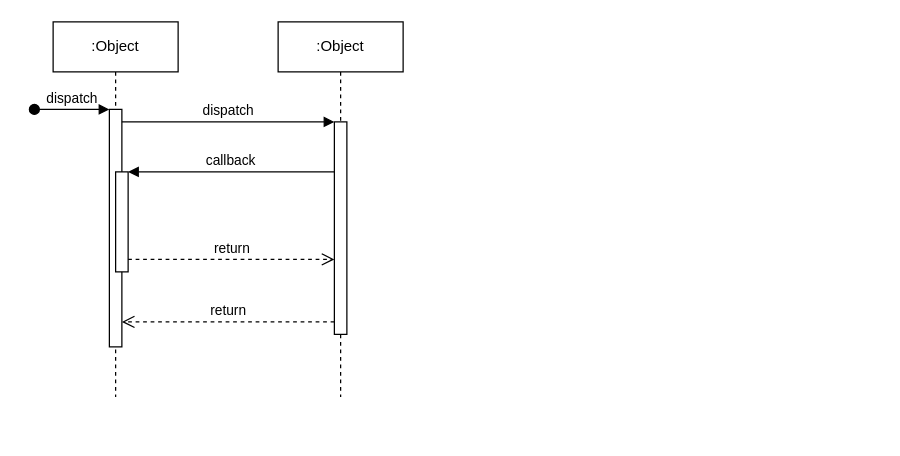
renjithmp/BankSystem keeps this draw.io diagram as src/Untitled Diagram.drawio. Above is the earlier version. Source tidied: cells renumbered, new cells numbered last; positions are measured from the earlier drawing's top-left corner, leaving out a move shared by most shapes. Both pictures are drawn from the tidied source at 125%, with x=0, y=0 at pixel (34, 21).
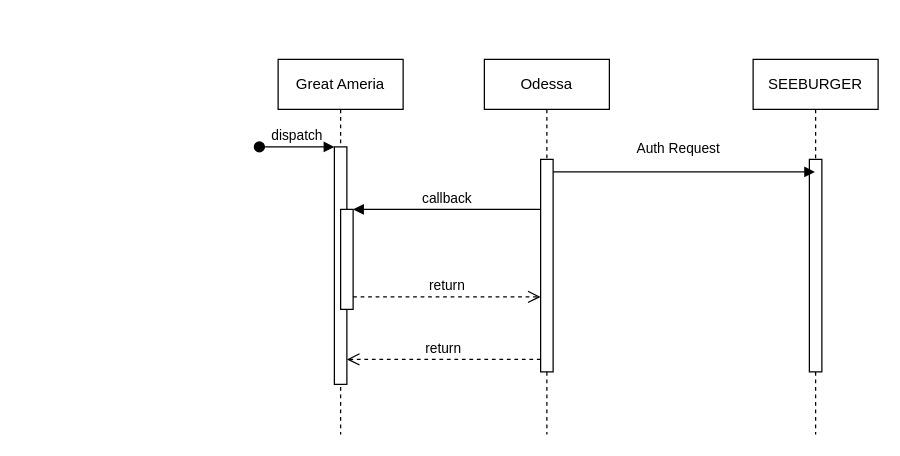
The same diagram, later.

Commit message:
INM_API_FLOw

The change refers to these unchanged cells:
```xml
<mxCell id="3" style="html=1;points=[];perimeter=orthogonalPerimeter;outlineConnect=0;targetShapes=umlLifeline;portConstraint=eastwest;newEdgeStyle={&quot;edgeStyle&quot;:&quot;elbowEdgeStyle&quot;,&quot;elbow&quot;:&quot;vertical&quot;,&quot;curved&quot;:0,&quot;rounded&quot;:0};" parent="2" vertex="1">
  <mxGeometry x="45" y="70" width="10" height="190" as="geometry" />
</mxCell>
<mxCell id="5" style="html=1;points=[];perimeter=orthogonalPerimeter;outlineConnect=0;targetShapes=umlLifeline;portConstraint=eastwest;newEdgeStyle={&quot;edgeStyle&quot;:&quot;elbowEdgeStyle&quot;,&quot;elbow&quot;:&quot;vertical&quot;,&quot;curved&quot;:0,&quot;rounded&quot;:0};" parent="2" vertex="1">
  <mxGeometry x="50" y="120" width="10" height="80" as="geometry" />
</mxCell>
<mxCell id="7" style="html=1;points=[];perimeter=orthogonalPerimeter;outlineConnect=0;targetShapes=umlLifeline;portConstraint=eastwest;newEdgeStyle={&quot;edgeStyle&quot;:&quot;elbowEdgeStyle&quot;,&quot;elbow&quot;:&quot;vertical&quot;,&quot;curved&quot;:0,&quot;rounded&quot;:0};" parent="6" vertex="1">
  <mxGeometry x="45" y="80" width="10" height="170" as="geometry" />
</mxCell>
```

Diff of the diagram source:
```diff
@@
-    <mxCell id="2" value=":Object" style="shape=umlLifeline;perimeter=lifelinePerimeter;whiteSpace=wrap;html=1;newEdgeStyle={&quot;edgeStyle&quot;:&quot;elbowEdgeStyle&quot;,&quot;elbow&quot;:&quot;vertical&quot;,&quot;curved&quot;:0,&quot;rounded&quot;:0};" parent="1" vertex="1">
-      <mxGeometry x="15" width="100" height="300" as="geometry" />
+    <mxCell id="2" value="Great Ameria" style="shape=umlLifeline;perimeter=lifelinePerimeter;whiteSpace=wrap;html=1;newEdgeStyle={&quot;edgeStyle&quot;:&quot;elbowEdgeStyle&quot;,&quot;elbow&quot;:&quot;vertical&quot;,&quot;curved&quot;:0,&quot;rounded&quot;:0};" parent="1" vertex="1">
+      <mxGeometry x="195" y="30" width="100" height="300" as="geometry" />
     </mxCell>
@@
-    <mxCell id="6" value=":Object" style="shape=umlLifeline;perimeter=lifelinePerimeter;whiteSpace=wrap;html=1;newEdgeStyle={&quot;edgeStyle&quot;:&quot;elbowEdgeStyle&quot;,&quot;elbow&quot;:&quot;vertical&quot;,&quot;curved&quot;:0,&quot;rounded&quot;:0};" parent="1" vertex="1">
-      <mxGeometry x="195" width="100" height="300" as="geometry" />
+    <mxCell id="6" value="Odessa" style="shape=umlLifeline;perimeter=lifelinePerimeter;whiteSpace=wrap;html=1;newEdgeStyle={&quot;edgeStyle&quot;:&quot;elbowEdgeStyle&quot;,&quot;elbow&quot;:&quot;vertical&quot;,&quot;curved&quot;:0,&quot;rounded&quot;:0};" parent="1" vertex="1">
+      <mxGeometry x="360" y="30" width="100" height="300" as="geometry" />
     </mxCell>
@@
-    <mxCell id="8" value="dispatch" style="html=1;verticalAlign=bottom;endArrow=block;edgeStyle=elbowEdgeStyle;elbow=vertical;curved=0;rounded=0;" parent="1" edge="1" source="3" target="7">
-      <mxGeometry relative="1" as="geometry">
-        <Array as="points">
-          <mxPoint x="155" y="80" />
-        </Array>
-      </mxGeometry>
-    </mxCell>
     <mxCell id="9" value="return" style="html=1;verticalAlign=bottom;endArrow=open;dashed=1;endSize=8;edgeStyle=elbowEdgeStyle;elbow=vertical;curved=0;rounded=0;" parent="1" edge="1" source="7" target="3">
       <mxGeometry relative="1" as="geometry">
         <Array as="points">
-          <mxPoint x="165" y="240" />
+          <mxPoint x="330" y="270" />
         </Array>
       </mxGeometry>
     </mxCell>
     <mxCell id="10" value="callback" style="html=1;verticalAlign=bottom;endArrow=block;edgeStyle=elbowEdgeStyle;elbow=vertical;curved=0;rounded=0;" parent="1" edge="1" source="7" target="5">
       <mxGeometry relative="1" as="geometry">
         <Array as="points">
-          <mxPoint x="165" y="120" />
+          <mxPoint x="330" y="150" />
         </Array>
       </mxGeometry>
     </mxCell>
     <mxCell id="11" value="return" style="html=1;verticalAlign=bottom;endArrow=open;dashed=1;endSize=8;edgeStyle=elbowEdgeStyle;elbow=vertical;curved=0;rounded=0;" parent="1" edge="1" source="5" target="7">
       <mxGeometry relative="1" as="geometry">
         <Array as="points">
-          <mxPoint x="155" y="190" />
+          <mxPoint x="320" y="220" />
         </Array>
       </mxGeometry>
     </mxCell>
+    <mxCell id="12" value="SEEBURGER" style="shape=umlLifeline;perimeter=lifelinePerimeter;whiteSpace=wrap;html=1;outlineConnect=0;portConstraint=eastwest;newEdgeStyle={&quot;edgeStyle&quot;:&quot;elbowEdgeStyle&quot;,&quot;elbow&quot;:&quot;vertical&quot;,&quot;curved&quot;:0,&quot;rounded&quot;:0};" parent="1" vertex="1">
+      <mxGeometry x="575" y="30" width="100" height="300" as="geometry" />
+    </mxCell>
+    <mxCell id="13" style="html=1;perimeter=orthogonalPerimeter;targetShapes=umlLifeline;newEdgeStyle={&quot;edgeStyle&quot;:&quot;elbowEdgeStyle&quot;,&quot;elbow&quot;:&quot;vertical&quot;,&quot;curved&quot;:0,&quot;rounded&quot;:0};" parent="12" vertex="1">
+      <mxGeometry x="45" y="80" width="10" height="170" as="geometry" />
+    </mxCell>
+    <mxCell id="14" value="Auth Request" style="html=1;verticalAlign=bottom;endArrow=block;edgeStyle=elbowEdgeStyle;elbow=vertical;curved=0;rounded=0;" parent="1" edge="1" target="12">
+      <mxGeometry x="-0.05" y="10" relative="1" as="geometry">
+        <mxPoint x="415" y="120" as="sourcePoint" />
+        <Array as="points">
+          <mxPoint x="485" y="120" />
+        </Array>
+      </mxGeometry>
+    </mxCell>
```
